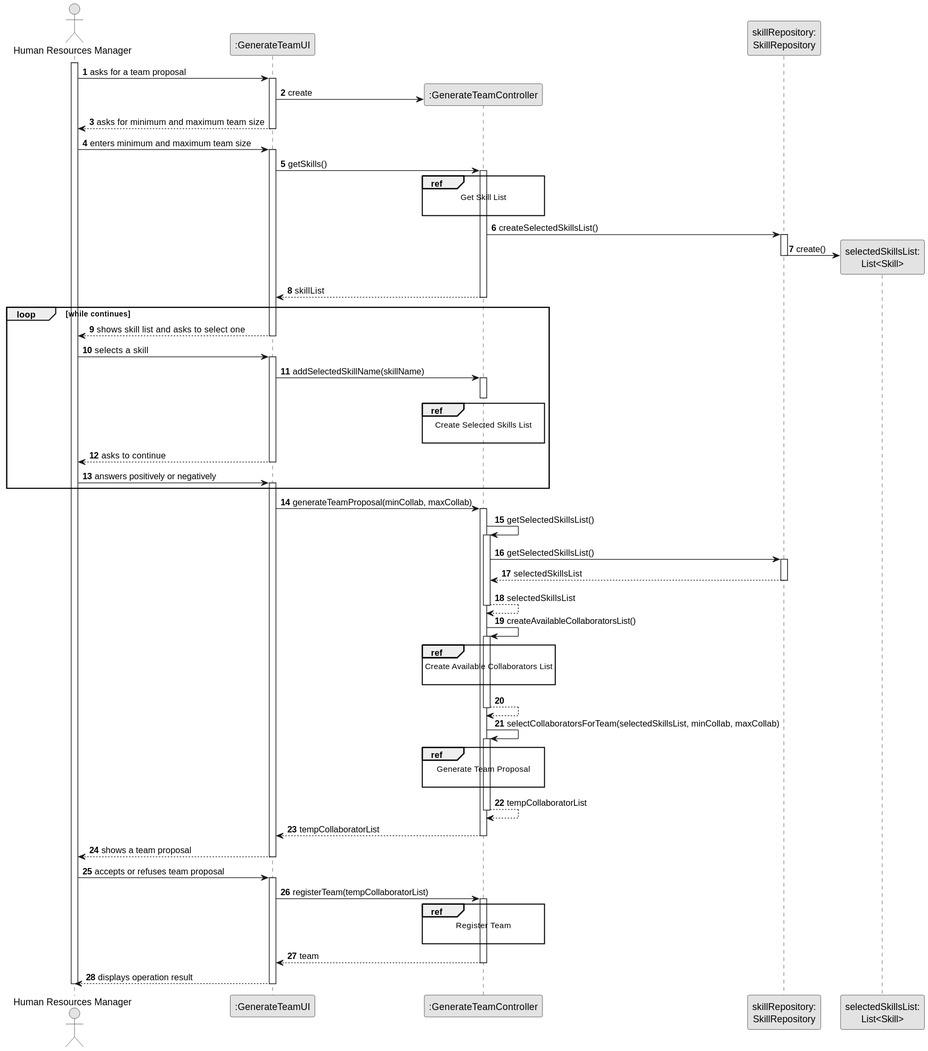
This is docs/sprintB/us005/03.design/svg/us005-sequence-diagram-split.svg from Departamento-de-Engenharia-Informatica/lei-24-s2-1dm-g132, a PlantUML export, as it was before one commit.
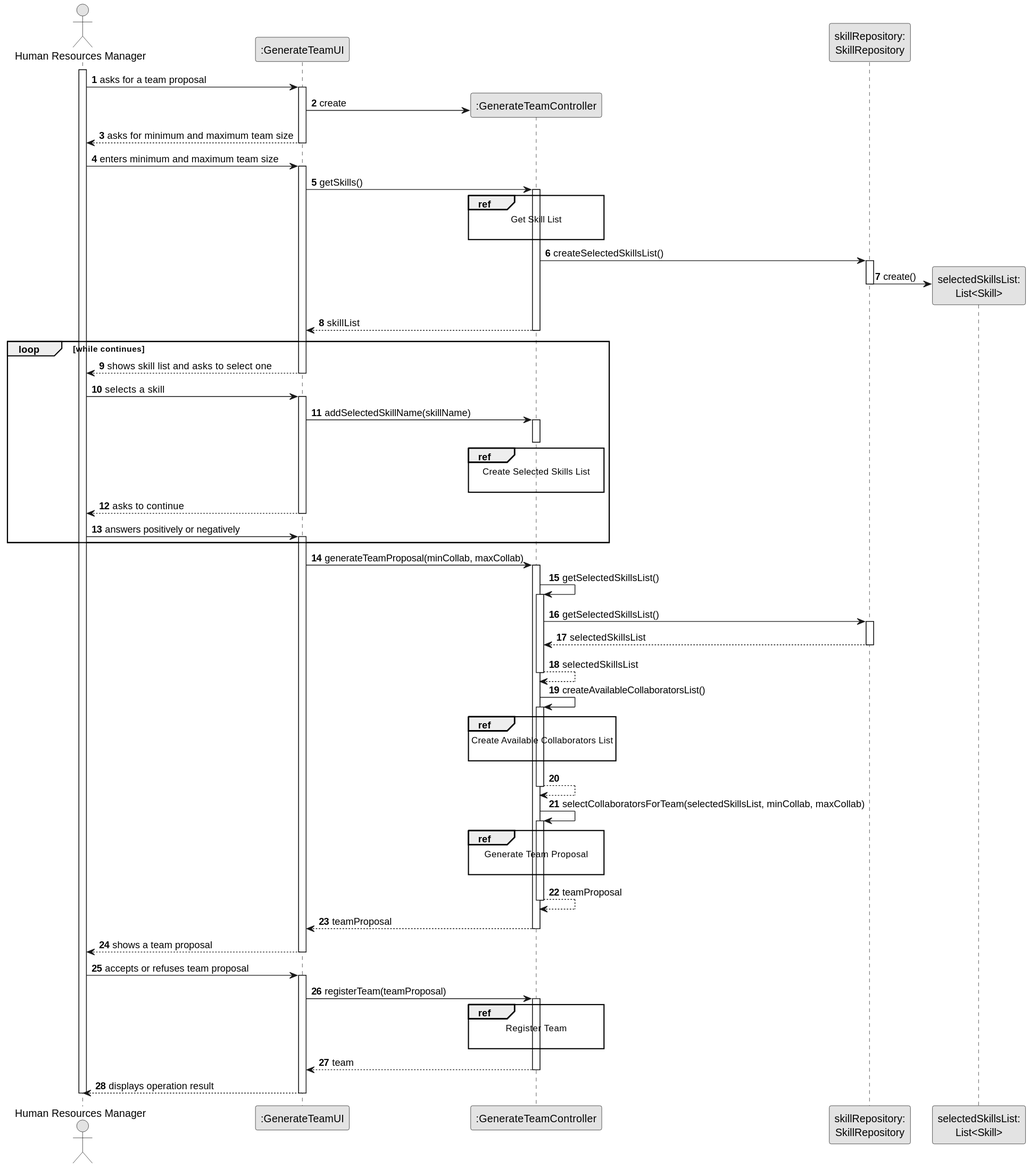
After the change.

Diff of the diagram source:
```diff
@@ -106,10 +106,10 @@
 
                 end ref
 
-                CTRL --> CTRL : tempCollaboratorList
+                CTRL --> CTRL : teamProposal
             deactivate CTRL
 
-            CTRL --> UI : tempCollaboratorList
+            CTRL --> UI : teamProposal
         deactivate CTRL
 
         UI --> HRM : shows a team proposal
@@ -118,7 +118,7 @@
     HRM -> UI : accepts or refuses team proposal
     activate UI
 
-        UI -> CTRL : registerTeam(tempCollaboratorList)
+        UI -> CTRL : registerTeam(teamProposal)
         activate CTRL
 
         ref over CTRL
```
